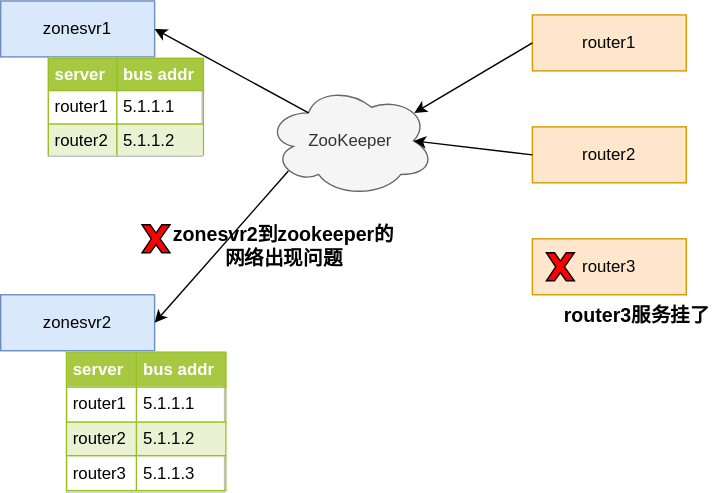
Earlier version of the draw.io export ko_architecture.svg (walkerdu/draw_io). Source tidied: cells renumbered, new cells last; positions are measured from the earlier drawing's top-left corner, leaving out a move shared by most shapes.
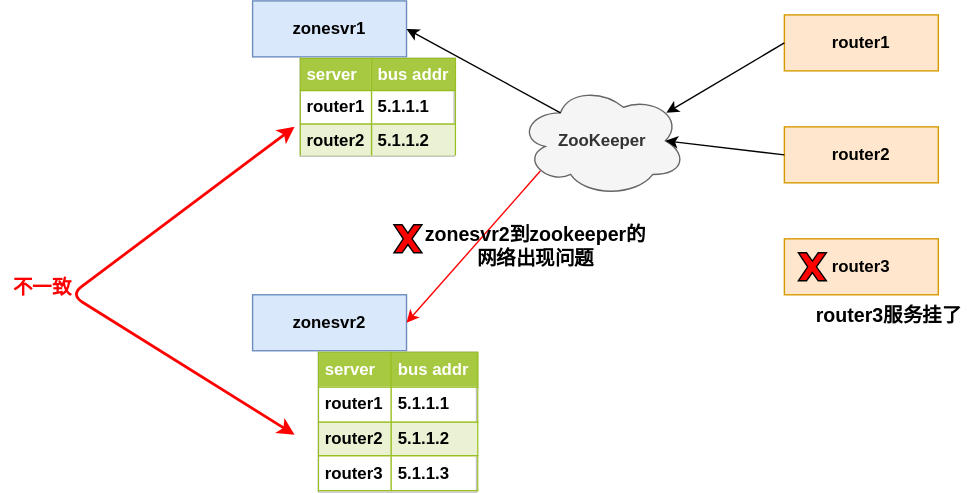
After the commit.

Change to the diagram source:
```diff
@@ -2,46 +2,46 @@
   <root>
     <mxCell id="0" />
     <mxCell id="1" parent="0" />
-    <mxCell id="2" value="router1" style="rounded=0;whiteSpace=wrap;html=1;fillColor=#ffe6cc;strokeColor=#d79b00;" parent="1" vertex="1">
+    <mxCell id="2" value="router1" style="rounded=0;whiteSpace=wrap;html=1;fillColor=#ffe6cc;strokeColor=#d79b00;fontStyle=1;" parent="1" vertex="1">
       <mxGeometry x="380" y="10" width="110" height="40" as="geometry" />
     </mxCell>
-    <mxCell id="3" value="router2" style="rounded=0;whiteSpace=wrap;html=1;fillColor=#ffe6cc;strokeColor=#d79b00;" parent="1" vertex="1">
+    <mxCell id="3" value="router2" style="rounded=0;whiteSpace=wrap;html=1;fillColor=#ffe6cc;strokeColor=#d79b00;fontStyle=1;" parent="1" vertex="1">
       <mxGeometry x="380" y="90" width="110" height="40" as="geometry" />
     </mxCell>
-    <mxCell id="4" value="router3" style="rounded=0;whiteSpace=wrap;html=1;fillColor=#ffe6cc;strokeColor=#d79b00;" parent="1" vertex="1">
+    <mxCell id="4" value="router3" style="rounded=0;whiteSpace=wrap;html=1;fillColor=#ffe6cc;strokeColor=#d79b00;fontStyle=1;" parent="1" vertex="1">
       <mxGeometry x="380" y="170" width="110" height="40" as="geometry" />
     </mxCell>
-    <mxCell id="5" value="ZooKeeper" style="ellipse;shape=cloud;whiteSpace=wrap;html=1;fillColor=#f5f5f5;strokeColor=#666666;fontColor=#333333;" parent="1" vertex="1">
+    <mxCell id="5" value="ZooKeeper" style="ellipse;shape=cloud;whiteSpace=wrap;html=1;fillColor=#f5f5f5;strokeColor=#666666;fontColor=#333333;fontStyle=1;" parent="1" vertex="1">
       <mxGeometry x="190" y="60" width="120" height="80" as="geometry" />
     </mxCell>
-    <mxCell id="6" style="endArrow=classic;html=1;exitX=0;exitY=0.5;exitDx=0;exitDy=0;entryX=0.88;entryY=0.25;entryDx=0;entryDy=0;entryPerimeter=0;" parent="1" edge="1" source="2" target="5">
+    <mxCell id="6" style="endArrow=classic;html=1;exitX=0;exitY=0.5;exitDx=0;exitDy=0;entryX=0.88;entryY=0.25;entryDx=0;entryDy=0;entryPerimeter=0;fontStyle=1;" parent="1" edge="1" source="2" target="5">
       <mxGeometry relative="1" as="geometry" />
     </mxCell>
-    <mxCell id="7" style="endArrow=classic;html=1;exitX=0;exitY=0.5;exitDx=0;exitDy=0;entryX=0.875;entryY=0.5;entryDx=0;entryDy=0;entryPerimeter=0;" parent="1" edge="1" source="3" target="5">
+    <mxCell id="7" style="endArrow=classic;html=1;exitX=0;exitY=0.5;exitDx=0;exitDy=0;entryX=0.875;entryY=0.5;entryDx=0;entryDy=0;entryPerimeter=0;fontStyle=1;" parent="1" edge="1" source="3" target="5">
       <mxGeometry relative="1" as="geometry" />
     </mxCell>
-    <mxCell id="8" style="verticalLabelPosition=bottom;verticalAlign=top;html=1;shape=mxgraph.basic.x;fillColor=#FF0000;" parent="1" vertex="1">
+    <mxCell id="8" style="verticalLabelPosition=bottom;verticalAlign=top;html=1;shape=mxgraph.basic.x;fillColor=#FF0000;fontStyle=1;" parent="1" vertex="1">
       <mxGeometry x="390" y="180" width="20" height="20" as="geometry" />
     </mxCell>
-    <mxCell id="9" value="zonesvr1" style="rounded=0;whiteSpace=wrap;html=1;fillColor=#dae8fc;strokeColor=#6c8ebf;" parent="1" vertex="1">
+    <mxCell id="9" value="zonesvr1" style="rounded=0;whiteSpace=wrap;html=1;fillColor=#dae8fc;strokeColor=#6c8ebf;fontStyle=1;" parent="1" vertex="1">
       <mxGeometry width="110" height="40" as="geometry" />
     </mxCell>
-    <mxCell id="10" value="zonesvr2" style="rounded=0;whiteSpace=wrap;html=1;fillColor=#dae8fc;strokeColor=#6c8ebf;" parent="1" vertex="1">
+    <mxCell id="10" value="zonesvr2" style="rounded=0;whiteSpace=wrap;html=1;fillColor=#dae8fc;strokeColor=#6c8ebf;fontStyle=1;" parent="1" vertex="1">
       <mxGeometry y="210" width="110" height="40" as="geometry" />
     </mxCell>
-    <mxCell id="11" style="endArrow=classic;html=1;exitX=0.25;exitY=0.25;exitDx=0;exitDy=0;exitPerimeter=0;entryX=1;entryY=0.5;entryDx=0;entryDy=0;" parent="1" edge="1" source="5" target="9">
+    <mxCell id="11" style="endArrow=classic;html=1;exitX=0.25;exitY=0.25;exitDx=0;exitDy=0;exitPerimeter=0;entryX=1;entryY=0.5;entryDx=0;entryDy=0;fontStyle=1;" parent="1" edge="1" source="5" target="9">
       <mxGeometry relative="1" as="geometry" />
     </mxCell>
-    <mxCell id="12" value="&lt;table border=&quot;1&quot; width=&quot;100%&quot; cellpadding=&quot;4&quot; style=&quot;width: 100% ; height: 100% ; border-collapse: collapse&quot;&gt;&lt;tbody&gt;&lt;tr style=&quot;background-color: #a7c942 ; color: #ffffff ; border: 1px solid #98bf21&quot;&gt;&lt;th align=&quot;left&quot;&gt;server&lt;/th&gt;&lt;th align=&quot;left&quot;&gt;bus addr&lt;/th&gt;&lt;/tr&gt;&lt;tr style=&quot;border: 1px solid #98bf21&quot;&gt;&lt;td&gt;router1&lt;/td&gt;&lt;td&gt;5.1.1.1&lt;/td&gt;&lt;/tr&gt;&lt;tr style=&quot;background-color: #eaf2d3 ; border: 1px solid #98bf21&quot;&gt;&lt;td&gt;router2&lt;/td&gt;&lt;td&gt;5.1.1.2&lt;/td&gt;&lt;/tr&gt;&lt;/tbody&gt;&lt;/table&gt;" style="text;html=1;strokeColor=#c0c0c0;fillColor=#ffffff;overflow=fill;rounded=0;" parent="1" vertex="1">
+    <mxCell id="12" value="&lt;table border=&quot;1&quot; width=&quot;100%&quot; cellpadding=&quot;4&quot; style=&quot;width: 100% ; height: 100% ; border-collapse: collapse&quot;&gt;&lt;tbody&gt;&lt;tr style=&quot;background-color: #a7c942 ; color: #ffffff ; border: 1px solid #98bf21&quot;&gt;&lt;th align=&quot;left&quot;&gt;server&lt;/th&gt;&lt;th align=&quot;left&quot;&gt;bus addr&lt;/th&gt;&lt;/tr&gt;&lt;tr style=&quot;border: 1px solid #98bf21&quot;&gt;&lt;td&gt;router1&lt;/td&gt;&lt;td&gt;5.1.1.1&lt;/td&gt;&lt;/tr&gt;&lt;tr style=&quot;background-color: #eaf2d3 ; border: 1px solid #98bf21&quot;&gt;&lt;td&gt;router2&lt;/td&gt;&lt;td&gt;5.1.1.2&lt;/td&gt;&lt;/tr&gt;&lt;/tbody&gt;&lt;/table&gt;" style="text;html=1;strokeColor=#c0c0c0;fillColor=#ffffff;overflow=fill;rounded=0;fontStyle=1;" parent="1" vertex="1">
       <mxGeometry x="34" y="41" width="110" height="70" as="geometry" />
     </mxCell>
-    <mxCell id="13" style="endArrow=classic;html=1;entryX=1;entryY=0.5;entryDx=0;entryDy=0;exitX=0.13;exitY=0.77;exitDx=0;exitDy=0;exitPerimeter=0;" parent="1" edge="1" source="5" target="10">
+    <mxCell id="13" style="endArrow=classic;html=1;entryX=1;entryY=0.5;entryDx=0;entryDy=0;exitX=0.13;exitY=0.77;exitDx=0;exitDy=0;exitPerimeter=0;fontStyle=1;fontColor=#FF0000;strokeColor=#FF0000;" parent="1" edge="1" source="5" target="10">
       <mxGeometry relative="1" as="geometry" />
     </mxCell>
-    <mxCell id="14" style="verticalLabelPosition=bottom;verticalAlign=top;html=1;shape=mxgraph.basic.x;fillColor=#FF0000;" parent="1" vertex="1">
+    <mxCell id="14" style="verticalLabelPosition=bottom;verticalAlign=top;html=1;shape=mxgraph.basic.x;fillColor=#FF0000;fontStyle=1;" parent="1" vertex="1">
       <mxGeometry x="101" y="160" width="20" height="20" as="geometry" />
     </mxCell>
-    <mxCell id="15" value="&lt;table border=&quot;1&quot; width=&quot;100%&quot; cellpadding=&quot;4&quot; style=&quot;width: 100% ; height: 100% ; border-collapse: collapse&quot;&gt;&lt;tbody&gt;&lt;tr style=&quot;background-color: #a7c942 ; color: #ffffff ; border: 1px solid #98bf21&quot;&gt;&lt;th align=&quot;left&quot;&gt;server&lt;/th&gt;&lt;th align=&quot;left&quot;&gt;bus addr&lt;/th&gt;&lt;/tr&gt;&lt;tr style=&quot;border: 1px solid #98bf21&quot;&gt;&lt;td&gt;router1&lt;/td&gt;&lt;td&gt;5.1.1.1&lt;/td&gt;&lt;/tr&gt;&lt;tr style=&quot;background-color: #eaf2d3 ; border: 1px solid #98bf21&quot;&gt;&lt;td&gt;router2&lt;/td&gt;&lt;td&gt;5.1.1.2&lt;/td&gt;&lt;/tr&gt;&lt;tr style=&quot;border: 1px solid #98bf21&quot;&gt;&lt;td&gt;router3&lt;/td&gt;&lt;td&gt;5.1.1.3&lt;/td&gt;&lt;/tr&gt;&lt;/tbody&gt;&lt;/table&gt;" style="text;html=1;strokeColor=#c0c0c0;fillColor=#ffffff;overflow=fill;rounded=0;" parent="1" vertex="1">
+    <mxCell id="15" value="&lt;table border=&quot;1&quot; width=&quot;100%&quot; cellpadding=&quot;4&quot; style=&quot;width: 100% ; height: 100% ; border-collapse: collapse&quot;&gt;&lt;tbody&gt;&lt;tr style=&quot;background-color: #a7c942 ; color: #ffffff ; border: 1px solid #98bf21&quot;&gt;&lt;th align=&quot;left&quot;&gt;server&lt;/th&gt;&lt;th align=&quot;left&quot;&gt;bus addr&lt;/th&gt;&lt;/tr&gt;&lt;tr style=&quot;border: 1px solid #98bf21&quot;&gt;&lt;td&gt;router1&lt;/td&gt;&lt;td&gt;5.1.1.1&lt;/td&gt;&lt;/tr&gt;&lt;tr style=&quot;background-color: #eaf2d3 ; border: 1px solid #98bf21&quot;&gt;&lt;td&gt;router2&lt;/td&gt;&lt;td&gt;5.1.1.2&lt;/td&gt;&lt;/tr&gt;&lt;tr style=&quot;border: 1px solid #98bf21&quot;&gt;&lt;td&gt;router3&lt;/td&gt;&lt;td&gt;5.1.1.3&lt;/td&gt;&lt;/tr&gt;&lt;/tbody&gt;&lt;/table&gt;" style="text;html=1;strokeColor=#c0c0c0;fillColor=#ffffff;overflow=fill;rounded=0;fontStyle=1;" parent="1" vertex="1">
       <mxGeometry x="47" y="251" width="113" height="100" as="geometry" />
     </mxCell>
     <mxCell id="16" value="router3服务挂了" style="text;html=1;strokeColor=none;fillColor=none;align=center;verticalAlign=middle;whiteSpace=wrap;rounded=0;fontStyle=1;fontSize=14;" parent="1" vertex="1">
@@ -50,5 +50,17 @@
     <mxCell id="17" value="zonesvr2到zookeeper的网络出现问题" style="text;html=1;strokeColor=none;fillColor=none;align=center;verticalAlign=middle;whiteSpace=wrap;rounded=0;fontStyle=1;fontSize=14;" parent="1" vertex="1">
       <mxGeometry x="121" y="160" width="163" height="30" as="geometry" />
     </mxCell>
+    <mxCell id="18" style="endArrow=classic;startArrow=classic;html=1;strokeColor=#FF0000;strokeWidth=2;fontStyle=1;" parent="1" edge="1">
+      <mxGeometry relative="1" as="geometry">
+        <mxPoint x="30" y="310" as="sourcePoint" />
+        <mxPoint x="30" y="90" as="targetPoint" />
+        <Array as="points">
+          <mxPoint x="-130" y="210" />
+        </Array>
+      </mxGeometry>
+    </mxCell>
+    <mxCell id="19" value="&lt;font color=&quot;#ff0000&quot;&gt;不一致&lt;/font&gt;" style="text;html=1;strokeColor=none;fillColor=none;align=center;verticalAlign=middle;whiteSpace=wrap;rounded=0;fontStyle=1;fontSize=14;" parent="1" vertex="1">
+      <mxGeometry x="-180" y="190" width="60" height="30" as="geometry" />
+    </mxCell>
   </root>
 </mxGraphModel>
```
